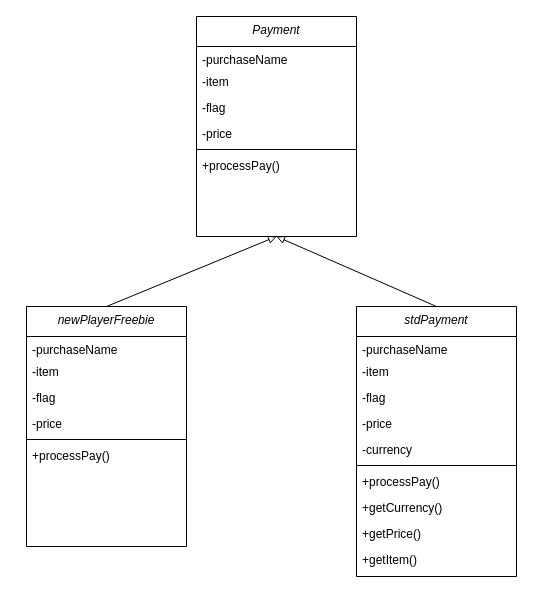
Before: Untitled Diagram.drawio in KO-KAYO/csprojectUML, a draw.io diagram. Source tidied: cells renumbered, new cells numbered last; positions are measured from the earlier drawing's top-left corner, leaving out a move shared by most shapes. Both pictures are drawn from the tidied source at 100%, with x=0, y=0 at pixel (26, 16).
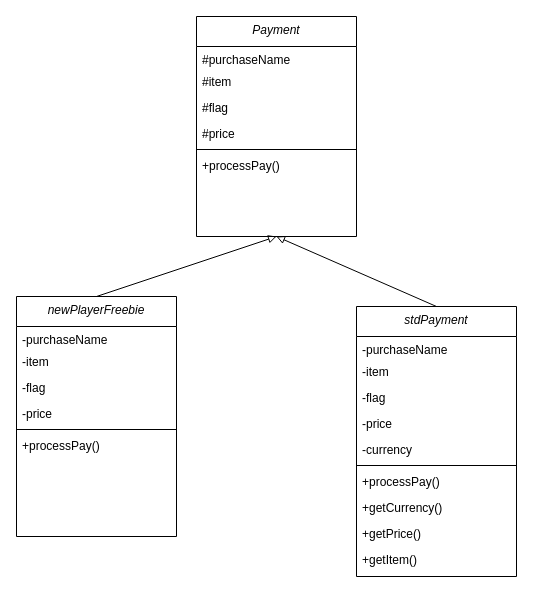
The same page after the edit.

Unchanged cells that the change refers to:
```xml
<mxCell id="2" value="Payment" style="swimlane;fontStyle=2;align=center;verticalAlign=top;horizontal=1;startSize=30;rounded=0;shadow=0;strokeWidth=1;" parent="1" vertex="1">
  <mxGeometry x="170" width="160" height="220" as="geometry" />
</mxCell>
```

What changed in the source:
```diff
@@
-    <mxCell id="3" value="-purchaseName" style="text;align=left;verticalAlign=top;spacingLeft=4;spacingRight=4;overflow=hidden;" parent="2" vertex="1">
+    <mxCell id="3" value="#purchaseName" style="text;align=left;verticalAlign=top;spacingLeft=4;spacingRight=4;overflow=hidden;" parent="2" vertex="1">
       <mxGeometry y="30" width="160" height="22" as="geometry" />
     </mxCell>
-    <mxCell id="4" value="-item" style="text;align=left;verticalAlign=top;spacingLeft=4;spacingRight=4;overflow=hidden;rounded=0;shadow=0;html=0;" parent="2" vertex="1">
+    <mxCell id="4" value="#item" style="text;align=left;verticalAlign=top;spacingLeft=4;spacingRight=4;overflow=hidden;rounded=0;shadow=0;html=0;" parent="2" vertex="1">
       <mxGeometry y="52" width="160" height="26" as="geometry" />
     </mxCell>
-    <mxCell id="5" value="-flag" style="text;align=left;verticalAlign=top;spacingLeft=4;spacingRight=4;overflow=hidden;rounded=0;shadow=0;html=0;" parent="2" vertex="1">
+    <mxCell id="5" value="#flag" style="text;align=left;verticalAlign=top;spacingLeft=4;spacingRight=4;overflow=hidden;rounded=0;shadow=0;html=0;" parent="2" vertex="1">
       <mxGeometry y="78" width="160" height="26" as="geometry" />
     </mxCell>
-    <mxCell id="6" value="-price" style="text;align=left;verticalAlign=top;spacingLeft=4;spacingRight=4;overflow=hidden;rounded=0;shadow=0;html=0;" parent="2" vertex="1">
+    <mxCell id="6" value="#price" style="text;align=left;verticalAlign=top;spacingLeft=4;spacingRight=4;overflow=hidden;rounded=0;shadow=0;html=0;" parent="2" vertex="1">
       <mxGeometry y="104" width="160" height="26" as="geometry" />
     </mxCell>
@@
     <mxCell id="9" value="newPlayerFreebie" style="swimlane;fontStyle=2;align=center;verticalAlign=top;horizontal=1;startSize=30;rounded=0;shadow=0;strokeWidth=1;" parent="1" vertex="1">
-      <mxGeometry y="290" width="160" height="240" as="geometry" />
+      <mxGeometry x="-10" y="280" width="160" height="240" as="geometry" />
     </mxCell>
```
